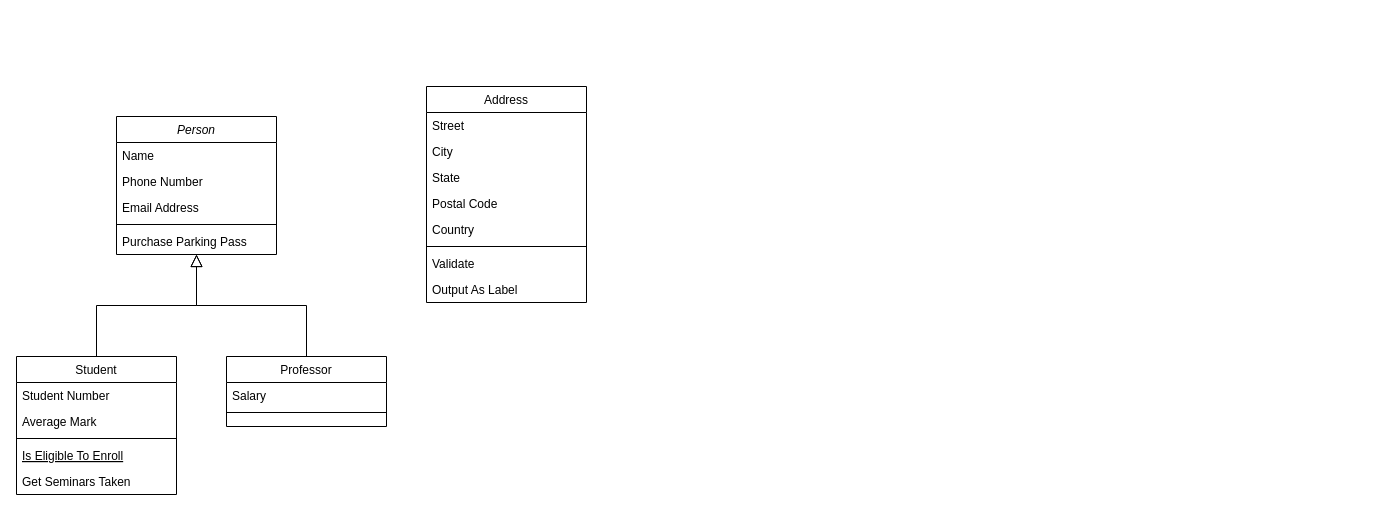
The draw.io diagram page "Page-1" (2 of 6) of Untitled Diagram.drawio in dpeter1290/riesgoseincidentesSST, before the edit. Source tidied: cells renumbered, new cells numbered last; positions are measured from the earlier drawing's top-left corner, leaving out a move shared by most shapes. Both pictures are drawn from the tidied source at 100%, with x=0, y=0 at pixel (16, 86).
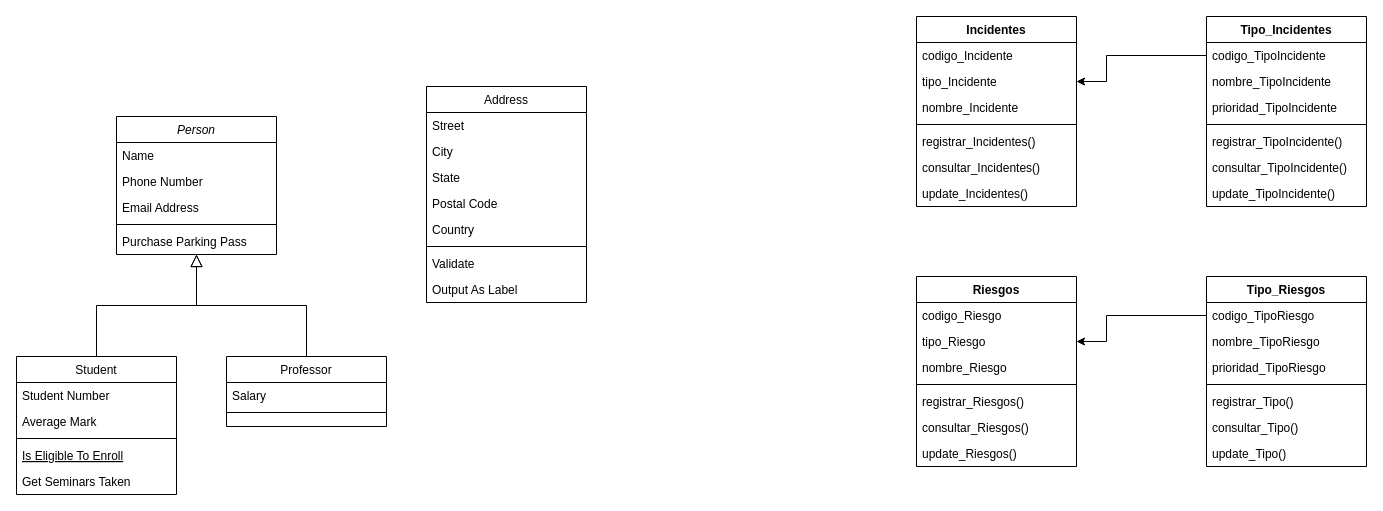
The same diagram, later.

Change to the diagram source:
```diff
@@
+    <mxCell id="28" value="Incidentes" style="swimlane;fontStyle=1;align=center;verticalAlign=top;horizontal=1;startSize=26;" parent="1" vertex="1">
+      <mxGeometry x="900" y="-70" width="160" height="190" as="geometry" />
+    </mxCell>
+    <mxCell id="29" value="codigo_Incidente" style="text;strokeColor=none;fillColor=none;align=left;verticalAlign=top;spacingLeft=4;spacingRight=4;overflow=hidden;" parent="28" vertex="1">
+      <mxGeometry y="26" width="160" height="26" as="geometry" />
+    </mxCell>
+    <mxCell id="30" value="tipo_Incidente" style="text;strokeColor=none;fillColor=none;align=left;verticalAlign=top;spacingLeft=4;spacingRight=4;overflow=hidden;points=[[0,0.5],[1,0.5]];portConstraint=eastwest;" parent="28" vertex="1">
+      <mxGeometry y="52" width="160" height="26" as="geometry" />
+    </mxCell>
+    <mxCell id="31" value="nombre_Incidente" style="text;strokeColor=none;fillColor=none;align=left;verticalAlign=top;spacingLeft=4;spacingRight=4;overflow=hidden;" parent="28" vertex="1">
+      <mxGeometry y="78" width="160" height="26" as="geometry" />
+    </mxCell>
+    <mxCell id="32" style="line;strokeWidth=1;fillColor=none;align=left;verticalAlign=middle;spacingTop=-1;spacingLeft=3;spacingRight=3;labelPosition=right;" parent="28" vertex="1">
+      <mxGeometry y="104" width="160" height="8" as="geometry" />
+    </mxCell>
+    <mxCell id="33" value="registrar_Incidentes()" style="text;strokeColor=none;fillColor=none;align=left;verticalAlign=top;spacingLeft=4;spacingRight=4;overflow=hidden;" parent="28" vertex="1">
+      <mxGeometry y="112" width="160" height="26" as="geometry" />
+    </mxCell>
+    <mxCell id="34" value="consultar_Incidentes()" style="text;strokeColor=none;fillColor=none;align=left;verticalAlign=top;spacingLeft=4;spacingRight=4;overflow=hidden;" parent="28" vertex="1">
+      <mxGeometry y="138" width="160" height="26" as="geometry" />
+    </mxCell>
+    <mxCell id="35" value="update_Incidentes()" style="text;strokeColor=none;fillColor=none;align=left;verticalAlign=top;spacingLeft=4;spacingRight=4;overflow=hidden;" parent="28" vertex="1">
+      <mxGeometry y="164" width="160" height="26" as="geometry" />
+    </mxCell>
+    <mxCell id="36" value="Riesgos" style="swimlane;fontStyle=1;align=center;verticalAlign=top;horizontal=1;startSize=26;" parent="1" vertex="1">
+      <mxGeometry x="900" y="190" width="160" height="190" as="geometry" />
+    </mxCell>
+    <mxCell id="37" value="codigo_Riesgo" style="text;strokeColor=none;fillColor=none;align=left;verticalAlign=top;spacingLeft=4;spacingRight=4;overflow=hidden;" parent="36" vertex="1">
+      <mxGeometry y="26" width="160" height="26" as="geometry" />
+    </mxCell>
+    <mxCell id="38" value="tipo_Riesgo" style="text;strokeColor=none;fillColor=none;align=left;verticalAlign=top;spacingLeft=4;spacingRight=4;overflow=hidden;points=[[0,0.5],[1,0.5]];portConstraint=eastwest;" parent="36" vertex="1">
+      <mxGeometry y="52" width="160" height="26" as="geometry" />
+    </mxCell>
+    <mxCell id="39" value="nombre_Riesgo" style="text;strokeColor=none;fillColor=none;align=left;verticalAlign=top;spacingLeft=4;spacingRight=4;overflow=hidden;" parent="36" vertex="1">
+      <mxGeometry y="78" width="160" height="26" as="geometry" />
+    </mxCell>
+    <mxCell id="40" style="line;strokeWidth=1;fillColor=none;align=left;verticalAlign=middle;spacingTop=-1;spacingLeft=3;spacingRight=3;labelPosition=right;" parent="36" vertex="1">
+      <mxGeometry y="104" width="160" height="8" as="geometry" />
+    </mxCell>
+    <mxCell id="41" value="registrar_Riesgos()" style="text;strokeColor=none;fillColor=none;align=left;verticalAlign=top;spacingLeft=4;spacingRight=4;overflow=hidden;" parent="36" vertex="1">
+      <mxGeometry y="112" width="160" height="26" as="geometry" />
+    </mxCell>
+    <mxCell id="42" value="consultar_Riesgos()" style="text;strokeColor=none;fillColor=none;align=left;verticalAlign=top;spacingLeft=4;spacingRight=4;overflow=hidden;" parent="36" vertex="1">
+      <mxGeometry y="138" width="160" height="26" as="geometry" />
+    </mxCell>
+    <mxCell id="43" value="update_Riesgos()" style="text;strokeColor=none;fillColor=none;align=left;verticalAlign=top;spacingLeft=4;spacingRight=4;overflow=hidden;" parent="36" vertex="1">
+      <mxGeometry y="164" width="160" height="26" as="geometry" />
+    </mxCell>
+    <mxCell id="44" style="edgeStyle=orthogonalEdgeStyle;rounded=0;jettySize=auto;html=1;entryX=1;entryY=0.5;entryDx=0;entryDy=0;exitX=0;exitY=0.5;exitDx=0;exitDy=0;" parent="1" edge="1" source="46" target="38">
+      <mxGeometry relative="1" as="geometry">
+        <Array as="points">
+          <mxPoint x="1090" y="229" />
+          <mxPoint x="1090" y="255" />
+        </Array>
+      </mxGeometry>
+    </mxCell>
+    <mxCell id="45" value="Tipo_Riesgos" style="swimlane;fontStyle=1;align=center;verticalAlign=top;horizontal=1;startSize=26;" parent="1" vertex="1">
+      <mxGeometry x="1190" y="190" width="160" height="190" as="geometry" />
+    </mxCell>
+    <mxCell id="46" value="codigo_TipoRiesgo" style="text;strokeColor=none;fillColor=none;align=left;verticalAlign=top;spacingLeft=4;spacingRight=4;overflow=hidden;points=[[0,0.5],[1,0.5]];portConstraint=eastwest;" parent="45" vertex="1">
+      <mxGeometry y="26" width="160" height="26" as="geometry" />
+    </mxCell>
+    <mxCell id="47" value="nombre_TipoRiesgo" style="text;strokeColor=none;fillColor=none;align=left;verticalAlign=top;spacingLeft=4;spacingRight=4;overflow=hidden;" parent="45" vertex="1">
+      <mxGeometry y="52" width="160" height="26" as="geometry" />
+    </mxCell>
+    <mxCell id="48" value="prioridad_TipoRiesgo" style="text;strokeColor=none;fillColor=none;align=left;verticalAlign=top;spacingLeft=4;spacingRight=4;overflow=hidden;" parent="45" vertex="1">
+      <mxGeometry y="78" width="160" height="26" as="geometry" />
+    </mxCell>
+    <mxCell id="49" style="line;strokeWidth=1;fillColor=none;align=left;verticalAlign=middle;spacingTop=-1;spacingLeft=3;spacingRight=3;labelPosition=right;" parent="45" vertex="1">
+      <mxGeometry y="104" width="160" height="8" as="geometry" />
+    </mxCell>
+    <mxCell id="50" value="registrar_Tipo()" style="text;strokeColor=none;fillColor=none;align=left;verticalAlign=top;spacingLeft=4;spacingRight=4;overflow=hidden;" parent="45" vertex="1">
+      <mxGeometry y="112" width="160" height="26" as="geometry" />
+    </mxCell>
+    <mxCell id="51" value="consultar_Tipo()" style="text;strokeColor=none;fillColor=none;align=left;verticalAlign=top;spacingLeft=4;spacingRight=4;overflow=hidden;" parent="45" vertex="1">
+      <mxGeometry y="138" width="160" height="26" as="geometry" />
+    </mxCell>
+    <mxCell id="52" value="update_Tipo()" style="text;strokeColor=none;fillColor=none;align=left;verticalAlign=top;spacingLeft=4;spacingRight=4;overflow=hidden;" parent="45" vertex="1">
+      <mxGeometry y="164" width="160" height="26" as="geometry" />
+    </mxCell>
+    <mxCell id="53" style="edgeStyle=orthogonalEdgeStyle;rounded=0;jettySize=auto;html=1;entryX=1;entryY=0.5;entryDx=0;entryDy=0;exitX=0;exitY=0.5;exitDx=0;exitDy=0;" parent="1" edge="1" source="55" target="30">
+      <mxGeometry relative="1" as="geometry">
+        <Array as="points">
+          <mxPoint x="1090" y="-31" />
+          <mxPoint x="1090" y="-5" />
+        </Array>
+      </mxGeometry>
+    </mxCell>
+    <mxCell id="54" value="Tipo_Incidentes" style="swimlane;fontStyle=1;align=center;verticalAlign=top;horizontal=1;startSize=26;" parent="1" vertex="1">
+      <mxGeometry x="1190" y="-70" width="160" height="190" as="geometry" />
+    </mxCell>
+    <mxCell id="55" value="codigo_TipoIncidente" style="text;strokeColor=none;fillColor=none;align=left;verticalAlign=top;spacingLeft=4;spacingRight=4;overflow=hidden;points=[[0,0.5],[1,0.5]];portConstraint=eastwest;" parent="54" vertex="1">
+      <mxGeometry y="26" width="160" height="26" as="geometry" />
+    </mxCell>
+    <mxCell id="56" value="nombre_TipoIncidente" style="text;strokeColor=none;fillColor=none;align=left;verticalAlign=top;spacingLeft=4;spacingRight=4;overflow=hidden;" parent="54" vertex="1">
+      <mxGeometry y="52" width="160" height="26" as="geometry" />
+    </mxCell>
+    <mxCell id="57" value="prioridad_TipoIncidente" style="text;strokeColor=none;fillColor=none;align=left;verticalAlign=top;spacingLeft=4;spacingRight=4;overflow=hidden;" parent="54" vertex="1">
+      <mxGeometry y="78" width="160" height="26" as="geometry" />
+    </mxCell>
+    <mxCell id="58" style="line;strokeWidth=1;fillColor=none;align=left;verticalAlign=middle;spacingTop=-1;spacingLeft=3;spacingRight=3;labelPosition=right;" parent="54" vertex="1">
+      <mxGeometry y="104" width="160" height="8" as="geometry" />
+    </mxCell>
+    <mxCell id="59" value="registrar_TipoIncidente()" style="text;strokeColor=none;fillColor=none;align=left;verticalAlign=top;spacingLeft=4;spacingRight=4;overflow=hidden;" parent="54" vertex="1">
+      <mxGeometry y="112" width="160" height="26" as="geometry" />
+    </mxCell>
+    <mxCell id="60" value="consultar_TipoIncidente()" style="text;strokeColor=none;fillColor=none;align=left;verticalAlign=top;spacingLeft=4;spacingRight=4;overflow=hidden;" parent="54" vertex="1">
+      <mxGeometry y="138" width="160" height="26" as="geometry" />
+    </mxCell>
+    <mxCell id="61" value="update_TipoIncidente()" style="text;strokeColor=none;fillColor=none;align=left;verticalAlign=top;spacingLeft=4;spacingRight=4;overflow=hidden;" parent="54" vertex="1">
+      <mxGeometry y="164" width="160" height="26" as="geometry" />
+    </mxCell>
```
